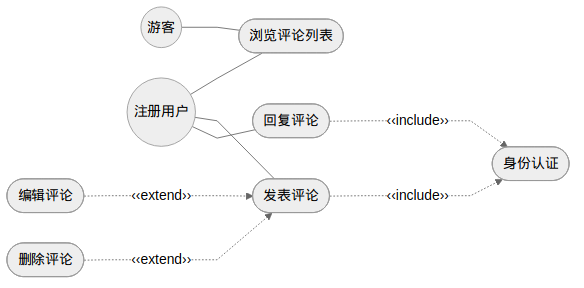
The Mermaid diagram docs/diagrams/fig3-4-comment-usecase.png in Wkjlovec/graduation_project_zhuang, before a commit. Its source is kept beside it as docs/diagrams/fig3-4-comment-usecase.mmd.
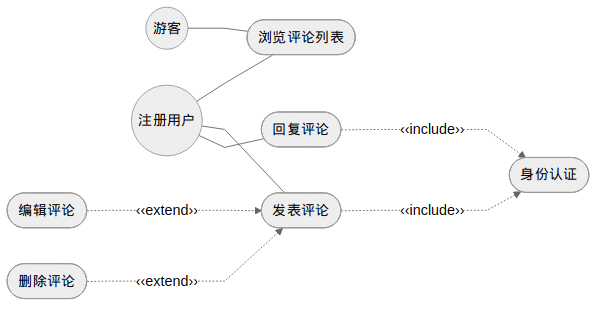
The same file after the commit.

What changed in the source:
```diff
@@ -1,10 +1,10 @@
-%%{init: {'theme': 'neutral', 'flowchart': {'curve': 'linear', 'rankSpacing': 50, 'nodeSpacing': 35}}}%%
+%%{init: {'theme': 'neutral', 'flowchart': {'curve': 'linear', 'rankSpacing': 50, 'nodeSpacing': 40}}}%%
 graph LR
     Guest((游客)) --- UC1([浏览评论列表])
     User((注册用户)) --- UC1
     User --- UC2([发表评论])
-    User --- UC3([回复评论])
     UC2 -..->|"‹‹include››"| UC4([身份认证])
-    UC3 -..->|"‹‹include››"| UC4
     UC5([编辑评论]) -..->|"‹‹extend››"| UC2
     UC6([删除评论]) -..->|"‹‹extend››"| UC2
+    User --- UC3([回复评论])
+    UC3 -..->|"‹‹include››"| UC4
```
